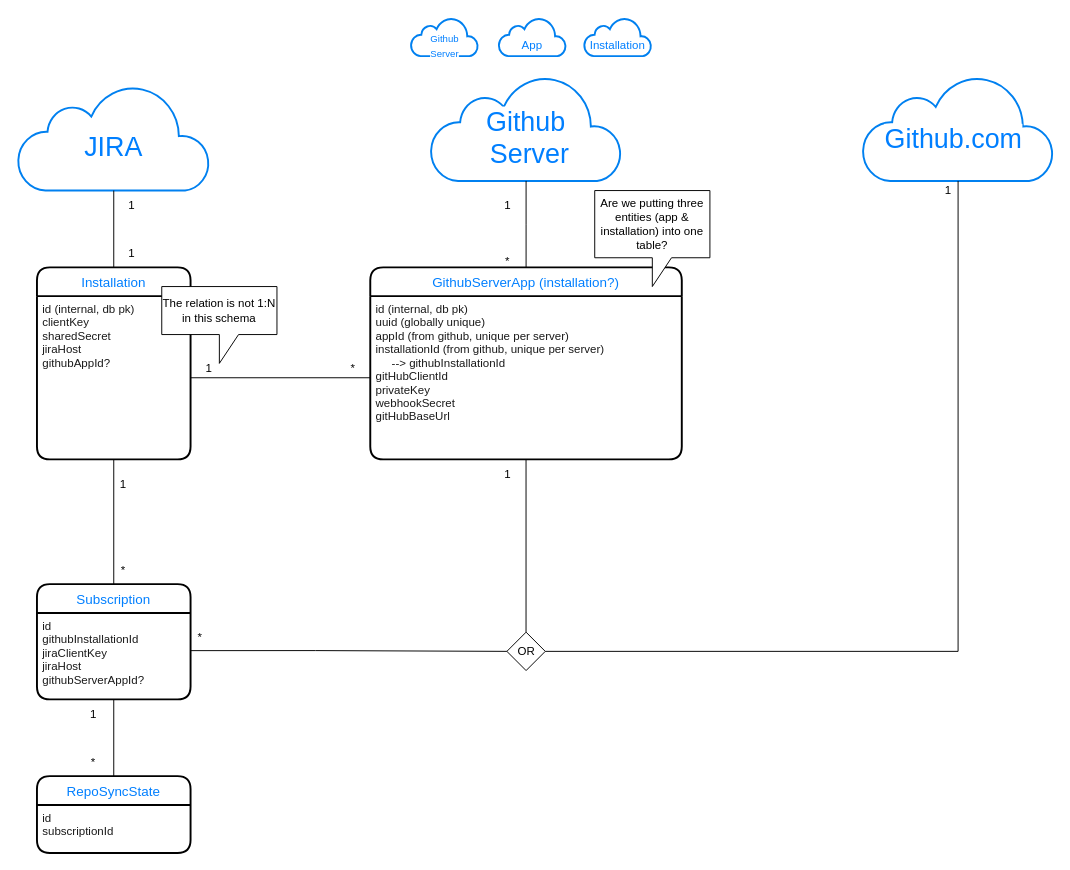
The draw.io diagram docs/draw.io/data-model.drawio.xml in atlassian/github-for-jira, before the edit. Source tidied: cells renumbered, new cells numbered last; positions are measured from the earlier drawing's top-left corner, leaving out a move shared by most shapes. Both pictures are drawn from the tidied source at 96%, with x=0, y=0 at pixel (17, 17).
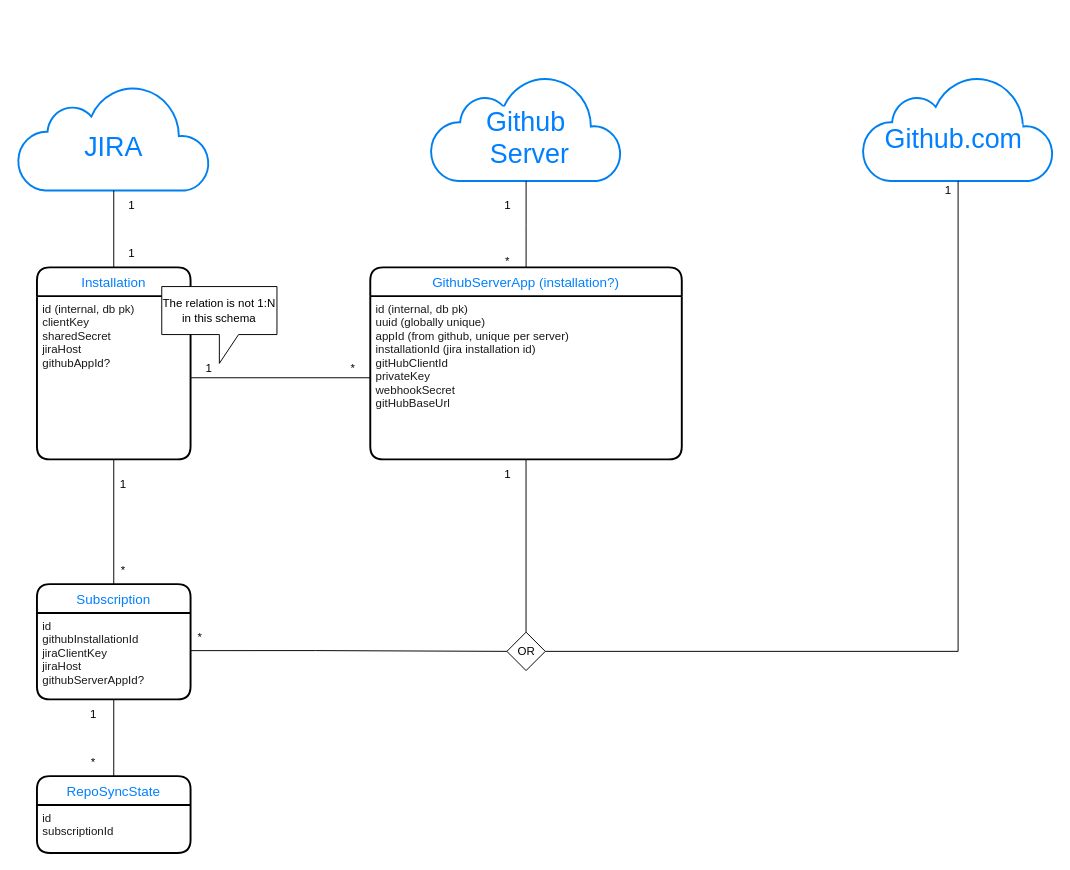
The same page after the edit.

Unchanged cells that the change refers to:
```xml
<mxCell id="21" value="GithubServerApp (installation?)" style="swimlane;horizontal=1;startSize=30;rounded=1;fontSize=14;fontStyle=0;strokeWidth=2;shadow=0;dashed=0;align=center;fontColor=#007FFF;glass=0;" parent="1" vertex="1">
  <mxGeometry x="367.2" y="260" width="324.5" height="200" as="geometry" />
</mxCell>
```

Diff of the diagram source:
```diff
@@
-    <mxCell id="22" value="id (internal, db pk)&#10;uuid (globally unique)&#10;appId (from github, unique per server)&#10;installationId (from github, unique per server)&#10;     --&gt; githubInstallationId&#10;gitHubClientId&#10;privateKey&#10;webhookSecret&#10;gitHubBaseUrl" style="align=left;strokeColor=none;fillColor=none;spacingLeft=4;fontSize=12;verticalAlign=top;fontColor=#1A1A1A;" parent="21" vertex="1">
+    <mxCell id="22" value="id (internal, db pk)&#10;uuid (globally unique)&#10;appId (from github, unique per server)&#10;installationId (jira installation id)&#10;gitHubClientId&#10;privateKey&#10;webhookSecret&#10;gitHubBaseUrl" style="align=left;strokeColor=none;fillColor=none;spacingLeft=4;fontSize=12;verticalAlign=top;fontColor=#1A1A1A;" parent="21" vertex="1">
       <mxGeometry y="30" width="324.5" height="170" as="geometry" />
     </mxCell>
@@
-    <mxCell id="41" value="Are we putting three entities (app &amp;amp; installation) into one table?" style="shape=callout;whiteSpace=wrap;html=1;perimeter=calloutPerimeter;" parent="1" vertex="1">
-      <mxGeometry x="601" y="180" width="120" height="100" as="geometry" />
-    </mxCell>
@@
-    <mxCell id="43" style="group;" parent="1" vertex="1">
-      <mxGeometry x="590" width="100" height="80" as="geometry" />
-    </mxCell>
-    <mxCell id="44" style="group;" parent="43" vertex="1">
-      <mxGeometry width="70" height="40" as="geometry" />
-    </mxCell>
-    <mxCell id="45" style="html=1;verticalLabelPosition=bottom;align=center;labelBackgroundColor=#ffffff;verticalAlign=top;strokeWidth=2;strokeColor=#0080F0;shadow=0;dashed=0;shape=mxgraph.ios7.icons.cloud;" parent="44" vertex="1">
-      <mxGeometry width="70" height="40" as="geometry" />
-    </mxCell>
-    <mxCell id="46" value="&lt;span style=&quot;background-color: rgb(255, 255, 255); font-size: 12px; line-height: 0.9;&quot;&gt;Installation&lt;br style=&quot;font-size: 12px;&quot;&gt;&lt;/span&gt;" style="text;html=1;strokeColor=none;fillColor=none;align=center;verticalAlign=middle;whiteSpace=wrap;rounded=0;fontSize=12;fontColor=#007FFF;" parent="44" vertex="1">
-      <mxGeometry x="20.2" y="18.2" width="29.6" height="21.8" as="geometry" />
-    </mxCell>
-    <mxCell id="47" style="group;" parent="1" vertex="1">
-      <mxGeometry x="501" width="100" height="80" as="geometry" />
-    </mxCell>
-    <mxCell id="48" style="group;" parent="47" vertex="1">
-      <mxGeometry width="70" height="40" as="geometry" />
-    </mxCell>
-    <mxCell id="49" style="html=1;verticalLabelPosition=bottom;align=center;labelBackgroundColor=#ffffff;verticalAlign=top;strokeWidth=2;strokeColor=#0080F0;shadow=0;dashed=0;shape=mxgraph.ios7.icons.cloud;" parent="48" vertex="1">
-      <mxGeometry width="70" height="40" as="geometry" />
-    </mxCell>
-    <mxCell id="50" value="&lt;span style=&quot;background-color: rgb(255, 255, 255); font-size: 12px; line-height: 0.9;&quot;&gt;App&lt;br style=&quot;font-size: 12px;&quot;&gt;&lt;/span&gt;" style="text;html=1;strokeColor=none;fillColor=none;align=center;verticalAlign=middle;whiteSpace=wrap;rounded=0;fontSize=12;fontColor=#007FFF;" parent="48" vertex="1">
-      <mxGeometry x="20.2" y="18.2" width="29.6" height="21.8" as="geometry" />
-    </mxCell>
-    <mxCell id="51" style="group;" parent="1" vertex="1">
-      <mxGeometry x="409.5" width="100" height="80" as="geometry" />
-    </mxCell>
-    <mxCell id="52" style="group;" parent="51" vertex="1">
-      <mxGeometry width="70" height="40" as="geometry" />
-    </mxCell>
-    <mxCell id="53" style="html=1;verticalLabelPosition=bottom;align=center;labelBackgroundColor=#ffffff;verticalAlign=top;strokeWidth=2;strokeColor=#0080F0;shadow=0;dashed=0;shape=mxgraph.ios7.icons.cloud;" parent="52" vertex="1">
-      <mxGeometry width="70" height="40" as="geometry" />
-    </mxCell>
-    <mxCell id="54" value="&lt;span style=&quot;background-color: rgb(255, 255, 255); font-size: 10px; line-height: 0.9;&quot;&gt;Github&lt;br&gt;Server&lt;br style=&quot;font-size: 12px;&quot;&gt;&lt;/span&gt;" style="text;html=1;strokeColor=none;fillColor=none;align=center;verticalAlign=middle;whiteSpace=wrap;rounded=0;fontSize=12;fontColor=#007FFF;" parent="52" vertex="1">
-      <mxGeometry x="20.2" y="18.2" width="29.6" height="21.8" as="geometry" />
-    </mxCell>
```
